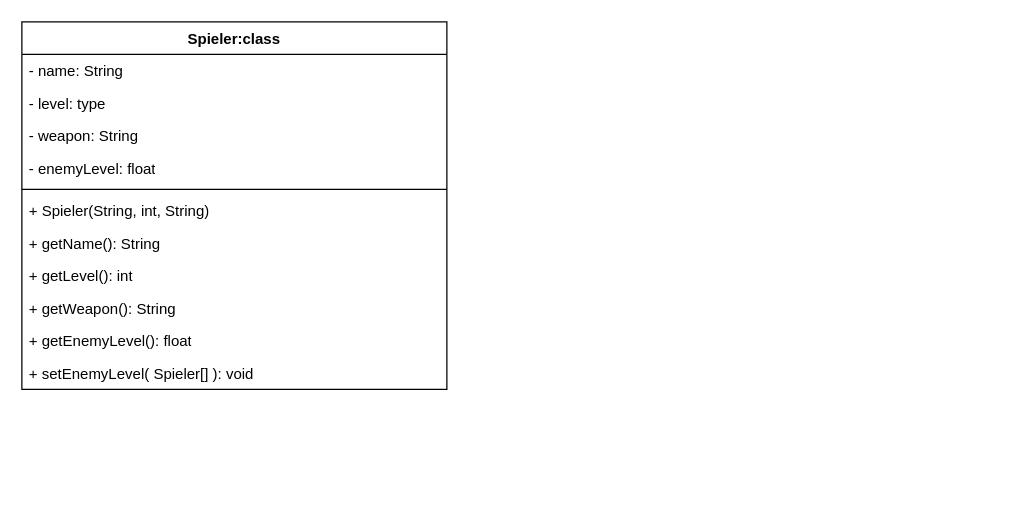
The draw.io diagram Algorithmik/Aufgabe_Brettspiel/diagram.drawio in cjanta/ap2, before the edit. Source tidied: cells renumbered, new cells numbered last; positions are measured from the earlier drawing's top-left corner, leaving out a move shared by most shapes. Both pictures are drawn from the tidied source at 125%, with x=0, y=0 at pixel (21, 21).
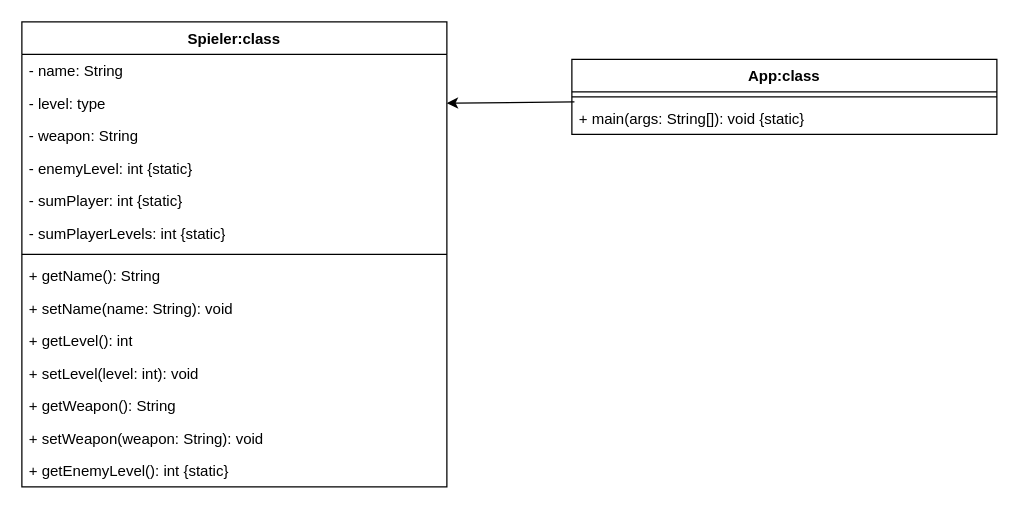
After the change.

The change refers to these unchanged cells:
```xml
<mxCell id="4" value="- level: type" style="text;strokeColor=none;fillColor=none;align=left;verticalAlign=top;spacingLeft=4;spacingRight=4;overflow=hidden;points=[[0,0.5],[1,0.5]];portConstraint=eastwest;whiteSpace=wrap;html=1;" parent="2" vertex="1">
  <mxGeometry y="52" width="340" height="26" as="geometry" />
</mxCell>
```

Diff of the diagram source:
```diff
@@
     <mxCell id="2" value="Spieler:class" style="swimlane;fontStyle=1;align=center;verticalAlign=top;horizontal=1;startSize=26;whiteSpace=wrap;html=1;" parent="1" vertex="1">
-      <mxGeometry width="340" height="294" as="geometry" />
+      <mxGeometry width="340" height="372" as="geometry" />
     </mxCell>
@@
-    <mxCell id="6" value="- enemyLevel: float" style="text;strokeColor=none;fillColor=none;align=left;verticalAlign=top;spacingLeft=4;spacingRight=4;overflow=hidden;whiteSpace=wrap;html=1;" parent="2" vertex="1">
+    <mxCell id="6" value="- enemyLevel: int {static}" style="text;strokeColor=none;fillColor=none;align=left;verticalAlign=top;spacingLeft=4;spacingRight=4;overflow=hidden;whiteSpace=wrap;html=1;" parent="2" vertex="1">
       <mxGeometry y="104" width="340" height="26" as="geometry" />
     </mxCell>
+    <mxCell id="14" value="- sumPlayer: int {static}" style="text;strokeColor=none;fillColor=none;align=left;verticalAlign=top;spacingLeft=4;spacingRight=4;overflow=hidden;whiteSpace=wrap;html=1;" parent="2" vertex="1">
+      <mxGeometry y="130" width="340" height="26" as="geometry" />
+    </mxCell>
+    <mxCell id="15" value="- sumPlayerLevels: int {static}" style="text;strokeColor=none;fillColor=none;align=left;verticalAlign=top;spacingLeft=4;spacingRight=4;overflow=hidden;whiteSpace=wrap;html=1;" parent="2" vertex="1">
+      <mxGeometry y="156" width="340" height="26" as="geometry" />
+    </mxCell>
     <mxCell id="7" style="line;strokeWidth=1;fillColor=none;align=left;verticalAlign=middle;spacingTop=-1;spacingLeft=3;spacingRight=3;labelPosition=right;strokeColor=inherit;" parent="2" vertex="1">
-      <mxGeometry y="130" width="340" height="8" as="geometry" />
+      <mxGeometry y="182" width="340" height="8" as="geometry" />
     </mxCell>
-    <mxCell id="8" value="+ Spieler(String, int, String)" style="text;strokeColor=none;fillColor=none;align=left;verticalAlign=top;spacingLeft=4;spacingRight=4;overflow=hidden;whiteSpace=wrap;html=1;" parent="2" vertex="1">
-      <mxGeometry y="138" width="340" height="26" as="geometry" />
-    </mxCell>
     <mxCell id="9" value="+ getName(): String" style="text;strokeColor=none;fillColor=none;align=left;verticalAlign=top;spacingLeft=4;spacingRight=4;overflow=hidden;whiteSpace=wrap;html=1;" parent="2" vertex="1">
-      <mxGeometry y="164" width="340" height="26" as="geometry" />
+      <mxGeometry y="190" width="340" height="26" as="geometry" />
     </mxCell>
+    <mxCell id="16" value="+ setName(name: String): void" style="text;strokeColor=none;fillColor=none;align=left;verticalAlign=top;spacingLeft=4;spacingRight=4;overflow=hidden;whiteSpace=wrap;html=1;" parent="2" vertex="1">
+      <mxGeometry y="216" width="340" height="26" as="geometry" />
+    </mxCell>
     <mxCell id="10" value="+ getLevel(): int" style="text;strokeColor=none;fillColor=none;align=left;verticalAlign=top;spacingLeft=4;spacingRight=4;overflow=hidden;whiteSpace=wrap;html=1;" parent="2" vertex="1">
-      <mxGeometry y="190" width="340" height="26" as="geometry" />
+      <mxGeometry y="242" width="340" height="26" as="geometry" />
     </mxCell>
+    <mxCell id="17" value="+ setLevel(level: int): void" style="text;strokeColor=none;fillColor=none;align=left;verticalAlign=top;spacingLeft=4;spacingRight=4;overflow=hidden;whiteSpace=wrap;html=1;" parent="2" vertex="1">
+      <mxGeometry y="268" width="340" height="26" as="geometry" />
+    </mxCell>
     <mxCell id="11" value="+ getWeapon(): String" style="text;strokeColor=none;fillColor=none;align=left;verticalAlign=top;spacingLeft=4;spacingRight=4;overflow=hidden;whiteSpace=wrap;html=1;" parent="2" vertex="1">
-      <mxGeometry y="216" width="340" height="26" as="geometry" />
+      <mxGeometry y="294" width="340" height="26" as="geometry" />
     </mxCell>
-    <mxCell id="12" value="+ getEnemyLevel(): float" style="text;strokeColor=none;fillColor=none;align=left;verticalAlign=top;spacingLeft=4;spacingRight=4;overflow=hidden;whiteSpace=wrap;html=1;" parent="2" vertex="1">
-      <mxGeometry y="242" width="340" height="26" as="geometry" />
-    </mxCell>
-    <mxCell id="13" value="+ setEnemyLevel( Spieler[] ): void" style="text;strokeColor=none;fillColor=none;align=left;verticalAlign=top;spacingLeft=4;spacingRight=4;overflow=hidden;whiteSpace=wrap;html=1;" parent="2" vertex="1">
-      <mxGeometry y="268" width="340" height="26" as="geometry" />
-    </mxCell>
+    <mxCell id="18" value="+ setWeapon(weapon: String): void" style="text;strokeColor=none;fillColor=none;align=left;verticalAlign=top;spacingLeft=4;spacingRight=4;overflow=hidden;whiteSpace=wrap;html=1;" parent="2" vertex="1">
+      <mxGeometry y="320" width="340" height="26" as="geometry" />
+    </mxCell>
+    <mxCell id="19" value="+ getEnemyLevel(): int {static}" style="text;strokeColor=none;fillColor=none;align=left;verticalAlign=top;spacingLeft=4;spacingRight=4;overflow=hidden;whiteSpace=wrap;html=1;" parent="2" vertex="1">
+      <mxGeometry y="346" width="340" height="26" as="geometry" />
+    </mxCell>
+    <mxCell id="20" value="App:class" style="swimlane;fontStyle=1;align=center;verticalAlign=top;horizontal=1;startSize=26;whiteSpace=wrap;html=1;" parent="1" vertex="1">
+      <mxGeometry x="440" y="30" width="340" height="60" as="geometry" />
+    </mxCell>
+    <mxCell id="21" style="line;strokeWidth=1;fillColor=none;align=left;verticalAlign=middle;spacingTop=-1;spacingLeft=3;spacingRight=3;labelPosition=right;strokeColor=inherit;" parent="20" vertex="1">
+      <mxGeometry y="26" width="340" height="8" as="geometry" />
+    </mxCell>
+    <mxCell id="22" value="+ main(args: String[]): void {static}" style="text;strokeColor=none;fillColor=none;align=left;verticalAlign=top;spacingLeft=4;spacingRight=4;overflow=hidden;points=[[0,0.5],[1,0.5]];portConstraint=eastwest;whiteSpace=wrap;html=1;" parent="20" vertex="1">
+      <mxGeometry y="34" width="340" height="26" as="geometry" />
+    </mxCell>
+    <mxCell id="23" style="edgeStyle=none;html=1;entryX=1;entryY=0.5;entryDx=0;entryDy=0;exitX=0.006;exitY=0;exitDx=0;exitDy=0;exitPerimeter=0;" parent="1" edge="1" source="22" target="4">
+      <mxGeometry relative="1" as="geometry" />
+    </mxCell>
```
